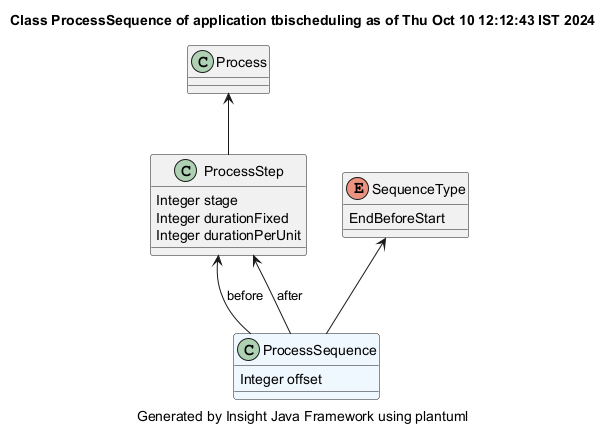
Earlier version of the PlantUML export demonstrator/tbischeduling/site/plantuml/ProcessSequence.png (hsimonis/schedulingtraining). Its diagram source:
```plantuml
@startuml
title Class ProcessSequence of application tbischeduling as of Thu Oct 10 12:12:43 IST 2024
caption Generated by Insight Java Framework using plantuml
class ProcessSequence #aliceblue
ProcessSequence : Integer offset

ProcessStep  <-- ProcessSequence : before
class ProcessStep
ProcessStep : Integer stage
ProcessStep : Integer durationFixed
ProcessStep : Integer durationPerUnit

Process  <-- ProcessStep
class Process

ProcessStep  <-- ProcessSequence : after
enum SequenceType
SequenceType : EndBeforeStart
SequenceType <-- ProcessSequence
@enduml
```
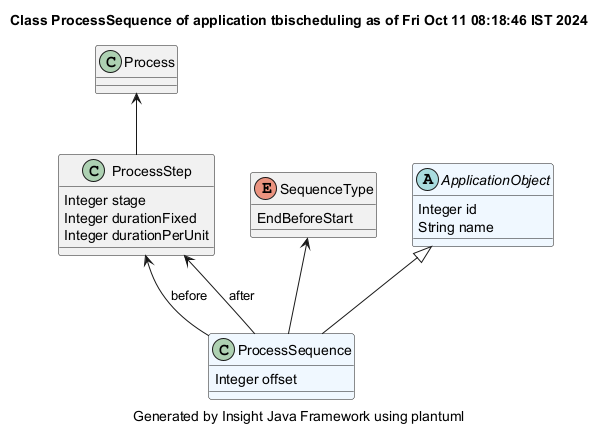
The same diagram one commit later.

Diff of the diagram source:
```diff
@@ -1,5 +1,5 @@
 @startuml
-title Class ProcessSequence of application tbischeduling as of Thu Oct 10 12:12:43 IST 2024
+title Class ProcessSequence of application tbischeduling as of Fri Oct 11 08:18:46 IST 2024
 caption Generated by Insight Java Framework using plantuml
 class ProcessSequence #aliceblue
 ProcessSequence : Integer offset
@@ -17,4 +17,9 @@
 enum SequenceType
 SequenceType : EndBeforeStart
 SequenceType <-- ProcessSequence
+abstract ApplicationObject #aliceblue
+ApplicationObject : Integer id
+ApplicationObject : String name
+
+ApplicationObject <|-- ProcessSequence
 @enduml
```
